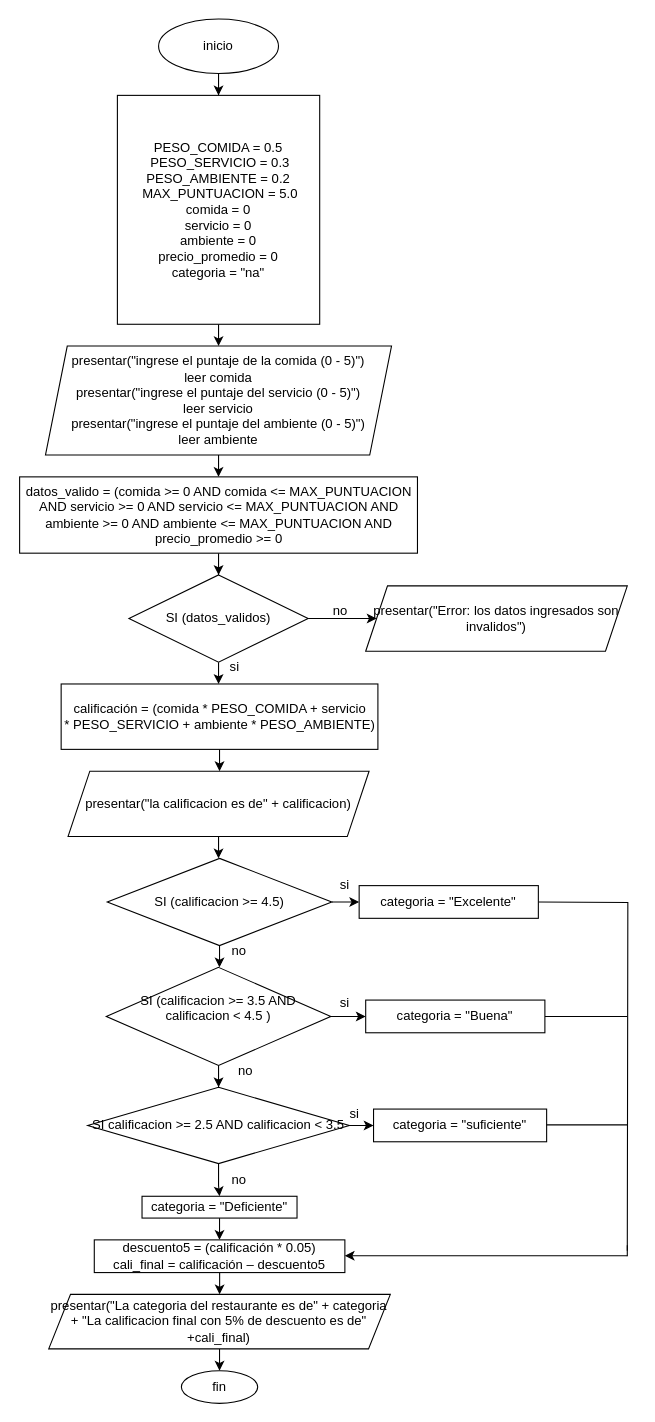
Above: draw.io/ej172.drawio in Damian-leon/primero2026-2027 (draw.io), before the change. Source tidied: cells renumbered, new cells numbered last; positions are measured from the earlier drawing's top-left corner, leaving out a move shared by most shapes. Both pictures are drawn from the tidied source at 109%, with x=0, y=0 at pixel (19, 19).
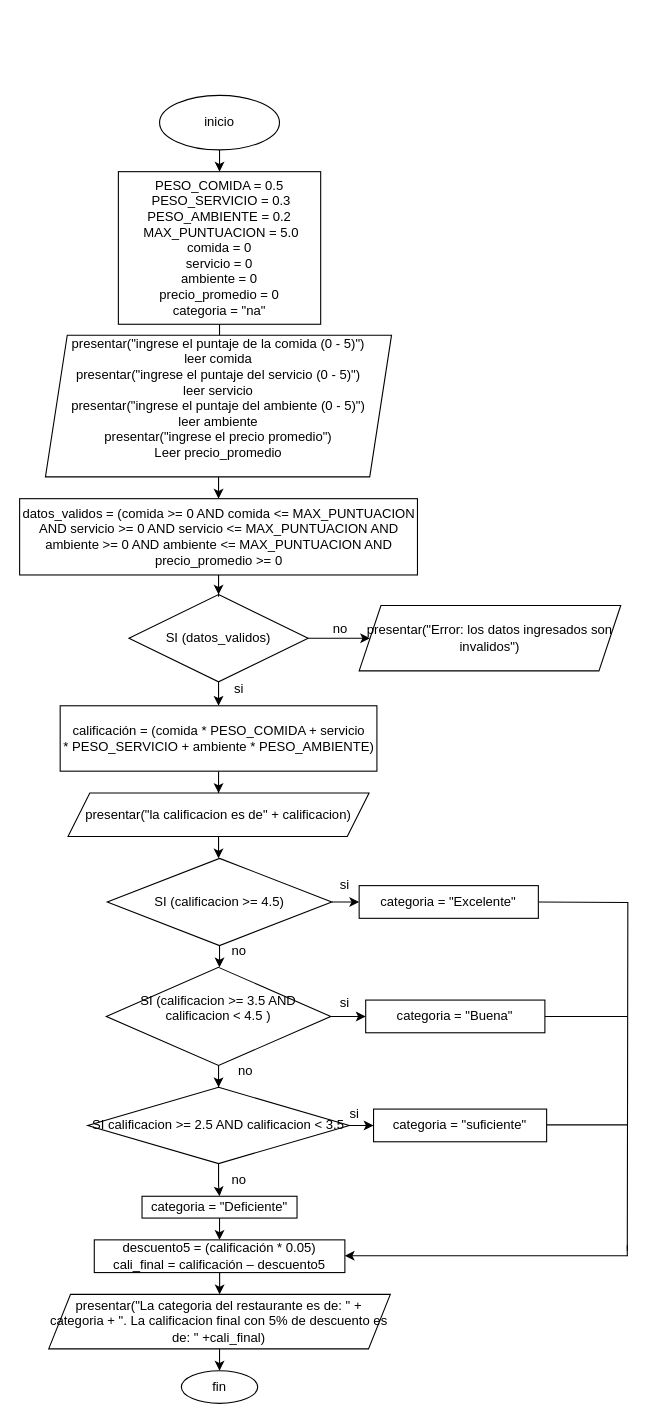
After the change.

The edit, as a diff of the source:
```diff
@@
     <mxCell id="3" value="inicio" style="ellipse;whiteSpace=wrap;html=1;shapeInside=1;" parent="1" vertex="1">
-      <mxGeometry x="128" width="110" height="50" as="geometry" />
+      <mxGeometry x="128.9" y="70" width="110" height="50" as="geometry" />
     </mxCell>
@@
     <mxCell id="5" value="PESO_COMIDA = 0.5&lt;div&gt;&amp;nbsp;PESO_SERVICIO = 0.3&lt;br&gt;PESO_AMBIENTE = 0.2&lt;/div&gt;&lt;div&gt;&amp;nbsp;MAX_PUNTUACION = 5.0&lt;br&gt;comida = 0&lt;br&gt;servicio = 0&lt;br&gt;ambiente = 0&lt;br&gt;precio_promedio = 0&lt;br&gt;categoria = &quot;na&quot;&lt;/div&gt;" style="whiteSpace=wrap;html=1;" parent="1" vertex="1">
-      <mxGeometry x="90.2" y="70" width="185.6" height="210" as="geometry" />
+      <mxGeometry x="91.1" y="140" width="185.6" height="140" as="geometry" />
     </mxCell>
@@
-    <mxCell id="7" value="presentar(&quot;ingrese el puntaje de la comida (0 - 5)&quot;)&lt;div&gt;leer comida&lt;/div&gt;&lt;div&gt;presentar(&quot;ingrese el puntaje del servicio (0 - 5)&quot;)&lt;div&gt;leer servicio&lt;/div&gt;&lt;/div&gt;&lt;div&gt;presentar(&quot;ingrese el puntaje del ambiente (0 - 5)&quot;)&lt;div&gt;leer ambiente&lt;/div&gt;&lt;/div&gt;" style="shape=parallelogram;perimeter=parallelogramPerimeter;whiteSpace=wrap;html=1;shapeInside=1;fixedSize=1;" parent="1" vertex="1">
-      <mxGeometry x="24.2" y="300" width="317.5" height="100" as="geometry" />
+    <mxCell id="7" value="presentar(&quot;ingrese el puntaje de la comida (0 - 5)&quot;)&lt;div&gt;leer comida&lt;/div&gt;&lt;div&gt;presentar(&quot;ingrese el puntaje del servicio (0 - 5)&quot;)&lt;div&gt;leer servicio&lt;/div&gt;&lt;/div&gt;&lt;div&gt;presentar(&quot;ingrese el puntaje del ambiente (0 - 5)&quot;)&lt;div&gt;leer ambiente&lt;/div&gt;&lt;div&gt;presentar(&quot;ingrese el precio promedio&quot;)&lt;br&gt;Leer precio_promedio&lt;br&gt;&lt;br&gt;&lt;/div&gt;&lt;/div&gt;" style="shape=parallelogram;perimeter=parallelogramPerimeter;whiteSpace=wrap;html=1;shapeInside=1;fixedSize=1;" parent="1" vertex="1">
+      <mxGeometry x="24.2" y="290" width="317.5" height="130" as="geometry" />
     </mxCell>
@@
     <mxCell id="10" value="SI (datos_validos)" style="rhombus;whiteSpace=wrap;html=1;shapeInside=1;" parent="1" vertex="1">
-      <mxGeometry x="100.8" y="510" width="164.4" height="80" as="geometry" />
+      <mxGeometry x="100.8" y="528" width="164.4" height="80" as="geometry" />
     </mxCell>
@@
-    <mxCell id="12" value="datos_valido = (comida &amp;gt;= 0 AND comida &amp;lt;= MAX_PUNTUACION AND servicio &amp;gt;= 0 AND servicio &amp;lt;= MAX_PUNTUACION AND ambiente &amp;gt;= 0 AND ambiente &amp;lt;= MAX_PUNTUACION AND precio_promedio &amp;gt;= 0" style="whiteSpace=wrap;html=1;" parent="1" vertex="1">
-      <mxGeometry x="0.5" y="420" width="365" height="70" as="geometry" />
+    <mxCell id="12" value="datos_validos = (comida &amp;gt;= 0 AND comida &amp;lt;= MAX_PUNTUACION AND servicio &amp;gt;= 0 AND servicio &amp;lt;= MAX_PUNTUACION AND ambiente &amp;gt;= 0 AND ambiente &amp;lt;= MAX_PUNTUACION AND precio_promedio &amp;gt;= 0" style="whiteSpace=wrap;html=1;" parent="1" vertex="1">
+      <mxGeometry x="0.5" y="440" width="365" height="70" as="geometry" />
     </mxCell>
@@
     <mxCell id="14" value="calificación = (comida * PESO_COMIDA + servicio&lt;br&gt;* PESO_SERVICIO + ambiente * PESO_AMBIENTE)" style="whiteSpace=wrap;html=1;" parent="1" vertex="1">
-      <mxGeometry x="38.6" y="610" width="290.6" height="60" as="geometry" />
+      <mxGeometry x="37.7" y="630" width="290.6" height="60" as="geometry" />
     </mxCell>
     <mxCell id="15" value="si" style="text;html=1;whiteSpace=wrap;strokeColor=none;fillColor=none;align=center;verticalAlign=middle;rounded=0;" parent="1" vertex="1">
-      <mxGeometry x="168" y="580" width="60" height="30" as="geometry" />
+      <mxGeometry x="172" y="600" width="60" height="30" as="geometry" />
     </mxCell>
     <mxCell id="16" value="presentar(&quot;Error: los datos ingresados son invalidos&quot;)" style="shape=parallelogram;perimeter=parallelogramPerimeter;whiteSpace=wrap;html=1;shapeInside=1;fixedSize=1;" parent="1" vertex="1">
-      <mxGeometry x="318" y="520" width="240" height="60" as="geometry" />
+      <mxGeometry x="312" y="538" width="240" height="60" as="geometry" />
     </mxCell>
     <mxCell id="17" value="no" style="text;html=1;whiteSpace=wrap;strokeColor=none;fillColor=none;align=center;verticalAlign=middle;rounded=0;" parent="1" vertex="1">
-      <mxGeometry x="265.2" y="528" width="60" height="30" as="geometry" />
+      <mxGeometry x="265.2" y="545" width="60" height="30" as="geometry" />
     </mxCell>
@@
     <mxCell id="19" value="presentar(&quot;la calificacion es de&quot; + calificacion)" style="shape=parallelogram;perimeter=parallelogramPerimeter;whiteSpace=wrap;html=1;shapeInside=1;fixedSize=1;" parent="1" vertex="1">
-      <mxGeometry x="44.9" y="690" width="276.2" height="60" as="geometry" />
+      <mxGeometry x="44.9" y="710" width="276.2" height="40" as="geometry" />
     </mxCell>
@@
-    <mxCell id="47" value="presentar(&quot;La categoria del restaurante es de&quot; + categoria + &quot;La calificacion final con 5% de descuento es de&quot; +cali_final)" style="shape=parallelogram;perimeter=parallelogramPerimeter;whiteSpace=wrap;html=1;shapeInside=1;fixedSize=1;" parent="1" vertex="1">
+    <mxCell id="47" value="presentar(&quot;La categoria del restaurante es de: &quot; + categoria + &quot;. La calificacion final con 5% de descuento es de: &quot; +cali_final)" style="shape=parallelogram;perimeter=parallelogramPerimeter;whiteSpace=wrap;html=1;shapeInside=1;fixedSize=1;" parent="1" vertex="1">
       <mxGeometry x="27.2" y="1170" width="313.4" height="50" as="geometry" />
     </mxCell>
```
